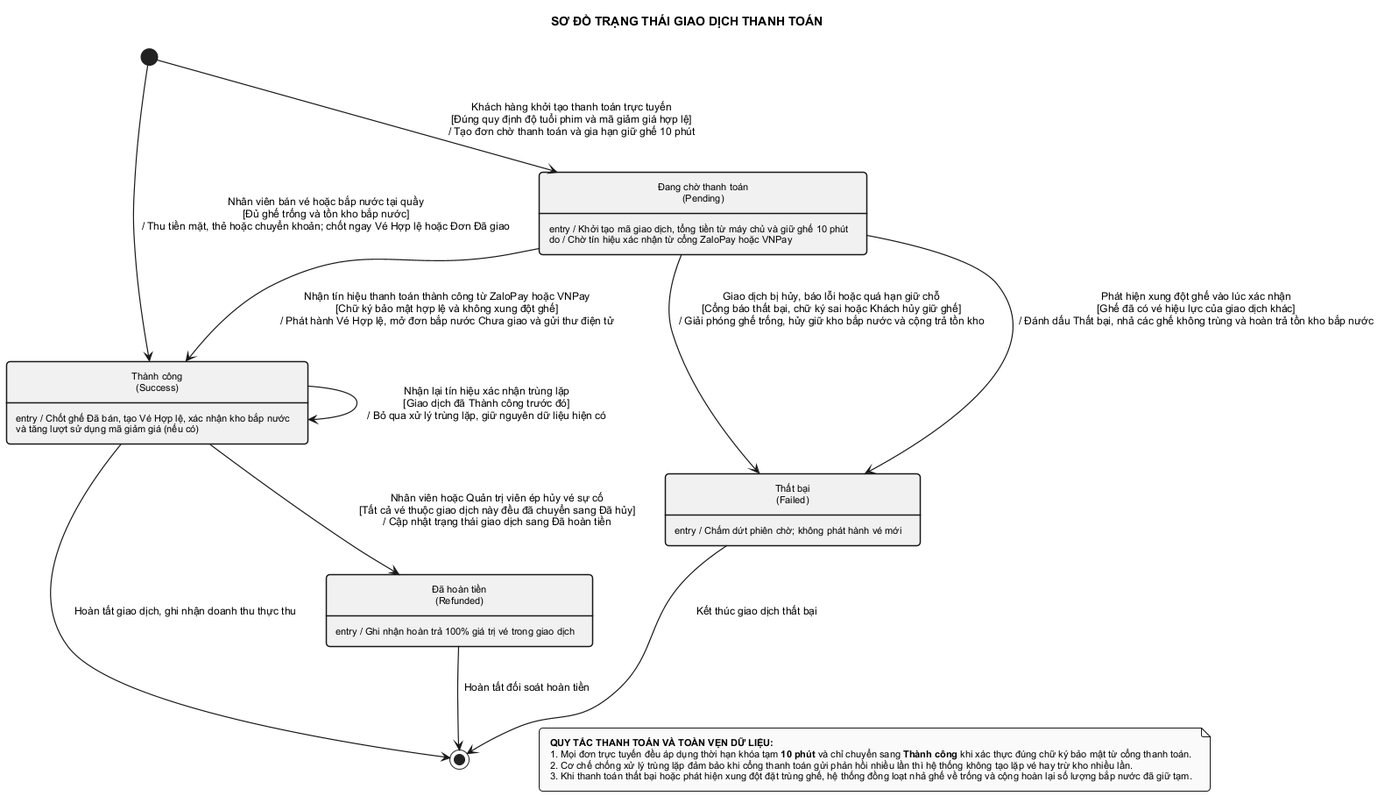
Before: cinema-app/PlantUML_State_Diagrams/state_payment.png, a diagram exported from PlantUML (MaGiaVy/CinemaLUMI).
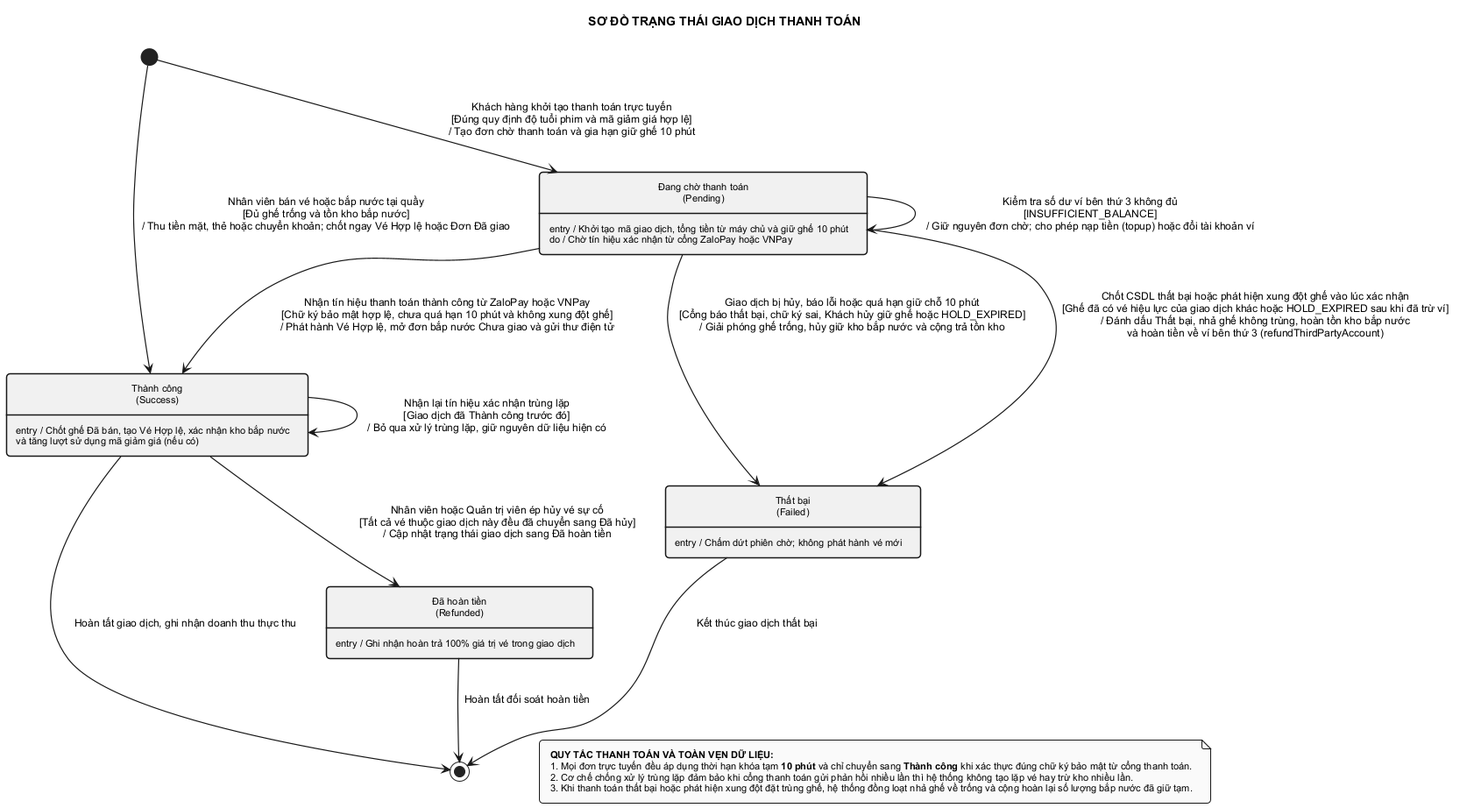
Later version of the same file.

Change to the diagram source:
```diff
@@ -42,13 +42,15 @@
 
 [*] --> THANH_CONG : Nhân viên bán vé hoặc bắp nước tại quầy\n[Đủ ghế trống và tồn kho bắp nước]\n/ Thu tiền mặt, thẻ hoặc chuyển khoản; chốt ngay Vé Hợp lệ hoặc Đơn Đã giao
 
-CHO_THANH_TOAN --> THANH_CONG : Nhận tín hiệu thanh toán thành công từ ZaloPay hoặc VNPay\n[Chữ ký bảo mật hợp lệ và không xung đột ghế]\n/ Phát hành Vé Hợp lệ, mở đơn bắp nước Chưa giao và gửi thư điện tử
+CHO_THANH_TOAN --> CHO_THANH_TOAN : Kiểm tra số dư ví bên thứ 3 không đủ\n[INSUFFICIENT_BALANCE]\n/ Giữ nguyên đơn chờ; cho phép nạp tiền (topup) hoặc đổi tài khoản ví
+
+CHO_THANH_TOAN --> THANH_CONG : Nhận tín hiệu thanh toán thành công từ ZaloPay hoặc VNPay\n[Chữ ký bảo mật hợp lệ, chưa quá hạn 10 phút và không xung đột ghế]\n/ Phát hành Vé Hợp lệ, mở đơn bắp nước Chưa giao và gửi thư điện tử
 
 THANH_CONG --> THANH_CONG : Nhận lại tín hiệu xác nhận trùng lặp\n[Giao dịch đã Thành công trước đó]\n/ Bỏ qua xử lý trùng lặp, giữ nguyên dữ liệu hiện có
 
-CHO_THANH_TOAN --> THAT_BAI : Giao dịch bị hủy, báo lỗi hoặc quá hạn giữ chỗ\n[Cổng báo thất bại, chữ ký sai hoặc Khách hủy giữ ghế]\n/ Giải phóng ghế trống, hủy giữ kho bắp nước và cộng trả tồn kho
+CHO_THANH_TOAN --> THAT_BAI : Giao dịch bị hủy, báo lỗi hoặc quá hạn giữ chỗ 10 phút\n[Cổng báo thất bại, chữ ký sai, Khách hủy giữ ghế hoặc HOLD_EXPIRED]\n/ Giải phóng ghế trống, hủy giữ kho bắp nước và cộng trả tồn kho
 
-CHO_THANH_TOAN --> THAT_BAI : Phát hiện xung đột ghế vào lúc xác nhận\n[Ghế đã có vé hiệu lực của giao dịch khác]\n/ Đánh dấu Thất bại, nhả các ghế không trùng và hoàn trả tồn kho bắp nước
+CHO_THANH_TOAN --> THAT_BAI : Chốt CSDL thất bại hoặc phát hiện xung đột ghế vào lúc xác nhận\n[Ghế đã có vé hiệu lực của giao dịch khác hoặc HOLD_EXPIRED sau khi đã trừ ví]\n/ Đánh dấu Thất bại, nhả ghế không trùng, hoàn tồn kho bắp nước\nvà hoàn tiền về ví bên thứ 3 (refundThirdPartyAccount)
 
 THANH_CONG --> DA_HOAN_TIEN : Nhân viên hoặc Quản trị viên ép hủy vé sự cố\n[Tất cả vé thuộc giao dịch này đều đã chuyển sang Đã hủy]\n/ Cập nhật trạng thái giao dịch sang Đã hoàn tiền
 
```
